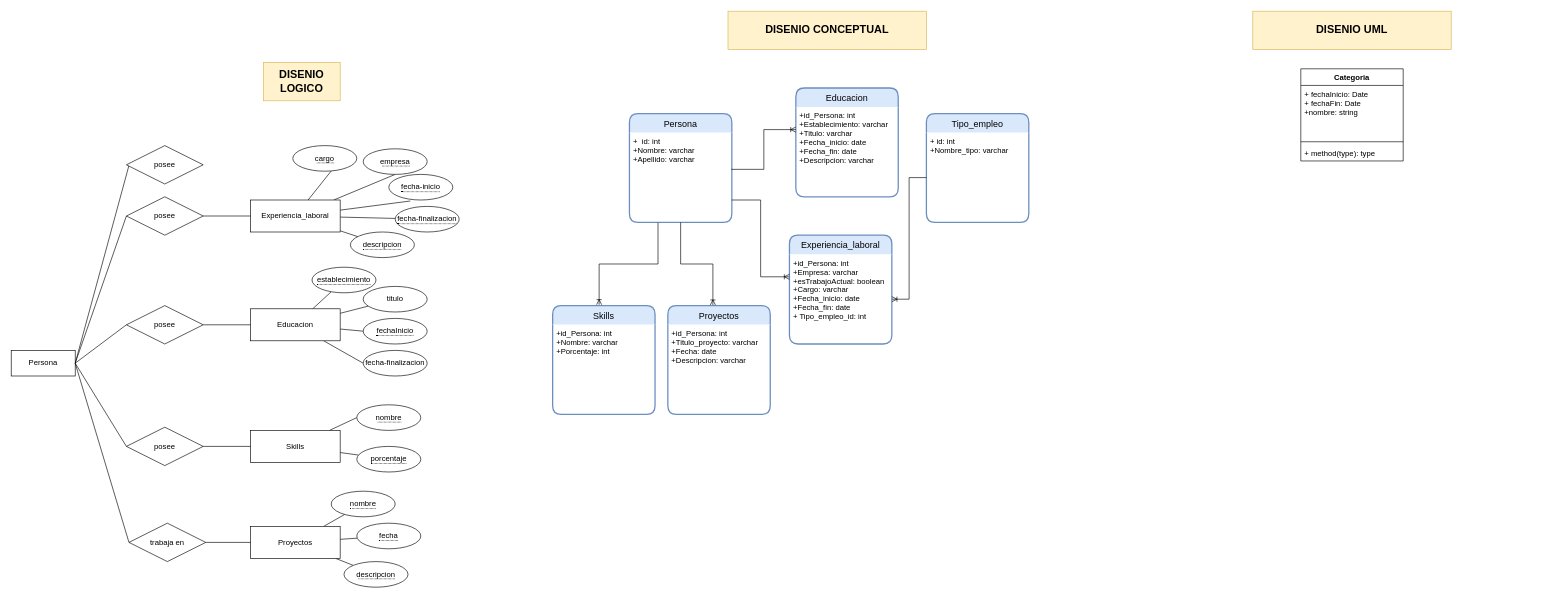
Above: database/DERv2.drawio in pablovede/portfolioArgPrograma (draw.io), before the change. Source tidied: cells renumbered, new cells numbered last; positions are measured from the earlier drawing's top-left corner, leaving out a move shared by most shapes. Both pictures are drawn from the tidied source at 64%, with x=0, y=0 at pixel (11, 11).
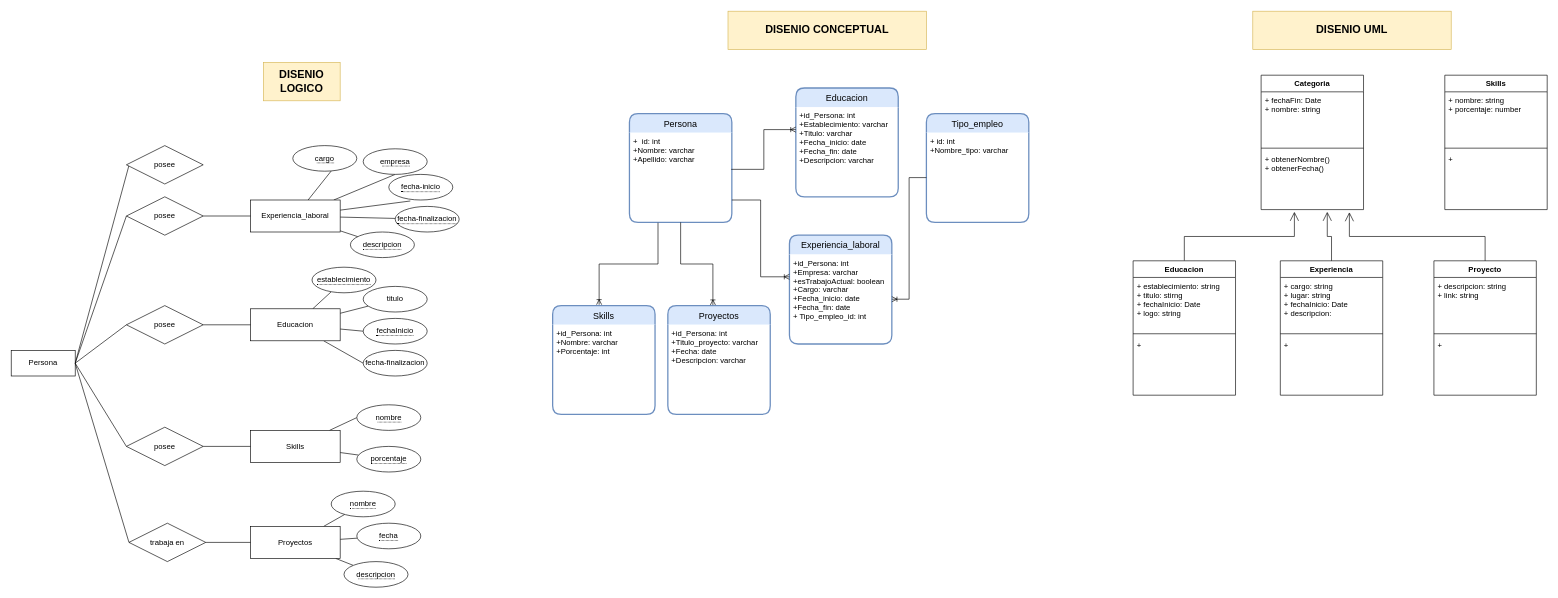
The same page after the edit.

Change to the diagram source:
```diff
@@
     <mxCell id="69" value="Categoria" style="swimlane;fontStyle=1;align=center;verticalAlign=top;horizontal=1;startSize=26;swimlaneFillColor=default;" parent="1" vertex="1">
-      <mxGeometry x="2015" y="90" width="160" height="144" as="geometry" />
+      <mxGeometry x="1953" y="100" width="160" height="210" as="geometry" />
     </mxCell>
-    <mxCell id="70" value="+ fechaInicio: Date&#10;+ fechaFin: Date&#10;+nombre: string" style="text;strokeColor=none;fillColor=none;align=left;verticalAlign=top;spacingLeft=4;spacingRight=4;overflow=hidden;" parent="69" vertex="1">
+    <mxCell id="70" value="+ fechaFin: Date&#10;+ nombre: string" style="text;strokeColor=none;fillColor=none;align=left;verticalAlign=top;spacingLeft=4;spacingRight=4;overflow=hidden;" parent="69" vertex="1">
       <mxGeometry y="26" width="160" height="84" as="geometry" />
     </mxCell>
@@
-    <mxCell id="72" value="+ method(type): type" style="text;strokeColor=none;fillColor=none;align=left;verticalAlign=top;spacingLeft=4;spacingRight=4;overflow=hidden;points=[[0,0.5],[1,0.5]];portConstraint=eastwest;" parent="69" vertex="1">
-      <mxGeometry y="118" width="160" height="26" as="geometry" />
+    <mxCell id="72" value="+ obtenerNombre()&#10;+ obtenerFecha()" style="text;strokeColor=none;fillColor=none;align=left;verticalAlign=top;spacingLeft=4;spacingRight=4;overflow=hidden;points=[[0,0.5],[1,0.5]];portConstraint=eastwest;" parent="69" vertex="1">
+      <mxGeometry y="118" width="160" height="92" as="geometry" />
     </mxCell>
+    <mxCell id="73" style="endArrow=open;endFill=1;endSize=12;html=1;rounded=0;exitX=0.5;exitY=0;exitDx=0;exitDy=0;entryX=0.325;entryY=1.038;entryDx=0;entryDy=0;entryPerimeter=0;edgeStyle=elbowEdgeStyle;elbow=vertical;" parent="1" edge="1" source="83" target="72">
+      <mxGeometry relative="1" as="geometry" />
+    </mxCell>
+    <mxCell id="74" value="Experiencia" style="swimlane;fontStyle=1;align=center;verticalAlign=top;horizontal=1;startSize=26;swimlaneFillColor=default;" parent="1" vertex="1">
+      <mxGeometry x="1983" y="390" width="160" height="210" as="geometry" />
+    </mxCell>
+    <mxCell id="75" value="+ cargo: string&#10;+ lugar: string&#10;+ fechaInicio: Date&#10;+ descripcion: " style="text;strokeColor=none;fillColor=none;align=left;verticalAlign=top;spacingLeft=4;spacingRight=4;overflow=hidden;" parent="74" vertex="1">
+      <mxGeometry y="26" width="160" height="84" as="geometry" />
+    </mxCell>
+    <mxCell id="76" style="line;strokeWidth=1;fillColor=none;align=left;verticalAlign=middle;spacingTop=-1;spacingLeft=3;spacingRight=3;labelPosition=right;" parent="74" vertex="1">
+      <mxGeometry y="110" width="160" height="8" as="geometry" />
+    </mxCell>
+    <mxCell id="77" value="+ " style="text;strokeColor=none;fillColor=none;align=left;verticalAlign=top;spacingLeft=4;spacingRight=4;overflow=hidden;" parent="74" vertex="1">
+      <mxGeometry y="118" width="160" height="92" as="geometry" />
+    </mxCell>
+    <mxCell id="78" style="endArrow=open;endFill=1;endSize=12;html=1;rounded=0;exitX=0.5;exitY=0;exitDx=0;exitDy=0;entryX=0.646;entryY=1.038;entryDx=0;entryDy=0;entryPerimeter=0;edgeStyle=elbowEdgeStyle;elbow=vertical;" parent="1" edge="1" source="74" target="72">
+      <mxGeometry relative="1" as="geometry" />
+    </mxCell>
+    <mxCell id="79" value="Proyecto" style="swimlane;fontStyle=1;align=center;verticalAlign=top;horizontal=1;startSize=26;swimlaneFillColor=default;" parent="1" vertex="1">
+      <mxGeometry x="2223" y="390" width="160" height="210" as="geometry" />
+    </mxCell>
+    <mxCell id="80" value="+ descripcion: string&#10;+ link: string" style="text;strokeColor=none;fillColor=none;align=left;verticalAlign=top;spacingLeft=4;spacingRight=4;overflow=hidden;" parent="79" vertex="1">
+      <mxGeometry y="26" width="160" height="84" as="geometry" />
+    </mxCell>
+    <mxCell id="81" style="line;strokeWidth=1;fillColor=none;align=left;verticalAlign=middle;spacingTop=-1;spacingLeft=3;spacingRight=3;labelPosition=right;" parent="79" vertex="1">
+      <mxGeometry y="110" width="160" height="8" as="geometry" />
+    </mxCell>
+    <mxCell id="82" value="+ " style="text;strokeColor=none;fillColor=none;align=left;verticalAlign=top;spacingLeft=4;spacingRight=4;overflow=hidden;" parent="79" vertex="1">
+      <mxGeometry y="118" width="160" height="92" as="geometry" />
+    </mxCell>
+    <mxCell id="83" value="Educacion" style="swimlane;fontStyle=1;align=center;verticalAlign=top;horizontal=1;startSize=26;swimlaneFillColor=default;" parent="1" vertex="1">
+      <mxGeometry x="1753" y="390" width="160" height="210" as="geometry" />
+    </mxCell>
+    <mxCell id="84" value="+ establecimiento: string&#10;+ titulo: stirng&#10;+ fechaInicio: Date&#10;+ logo: string" style="text;strokeColor=none;fillColor=none;align=left;verticalAlign=top;spacingLeft=4;spacingRight=4;overflow=hidden;" parent="83" vertex="1">
+      <mxGeometry y="26" width="160" height="84" as="geometry" />
+    </mxCell>
+    <mxCell id="85" style="line;strokeWidth=1;fillColor=none;align=left;verticalAlign=middle;spacingTop=-1;spacingLeft=3;spacingRight=3;labelPosition=right;" parent="83" vertex="1">
+      <mxGeometry y="110" width="160" height="8" as="geometry" />
+    </mxCell>
+    <mxCell id="86" value="+ " style="text;strokeColor=none;fillColor=none;align=left;verticalAlign=top;spacingLeft=4;spacingRight=4;overflow=hidden;" parent="83" vertex="1">
+      <mxGeometry y="118" width="160" height="92" as="geometry" />
+    </mxCell>
+    <mxCell id="87" style="endArrow=open;endFill=1;endSize=12;html=1;rounded=0;exitX=0.5;exitY=0;exitDx=0;exitDy=0;entryX=0.862;entryY=1.045;entryDx=0;entryDy=0;entryPerimeter=0;edgeStyle=elbowEdgeStyle;elbow=vertical;" parent="1" edge="1" source="79" target="72">
+      <mxGeometry relative="1" as="geometry" />
+    </mxCell>
+    <mxCell id="88" value="Skills" style="swimlane;fontStyle=1;align=center;verticalAlign=top;horizontal=1;startSize=26;swimlaneFillColor=default;" parent="1" vertex="1">
+      <mxGeometry x="2240" y="100" width="160" height="210" as="geometry" />
+    </mxCell>
+    <mxCell id="89" value="+ nombre: string&#10;+ porcentaje: number" style="text;strokeColor=none;fillColor=none;align=left;verticalAlign=top;spacingLeft=4;spacingRight=4;overflow=hidden;" parent="88" vertex="1">
+      <mxGeometry y="26" width="160" height="84" as="geometry" />
+    </mxCell>
+    <mxCell id="90" style="line;strokeWidth=1;fillColor=none;align=left;verticalAlign=middle;spacingTop=-1;spacingLeft=3;spacingRight=3;labelPosition=right;" parent="88" vertex="1">
+      <mxGeometry y="110" width="160" height="8" as="geometry" />
+    </mxCell>
+    <mxCell id="91" value="+ " style="text;strokeColor=none;fillColor=none;align=left;verticalAlign=top;spacingLeft=4;spacingRight=4;overflow=hidden;" parent="88" vertex="1">
+      <mxGeometry y="118" width="160" height="92" as="geometry" />
+    </mxCell>
```
